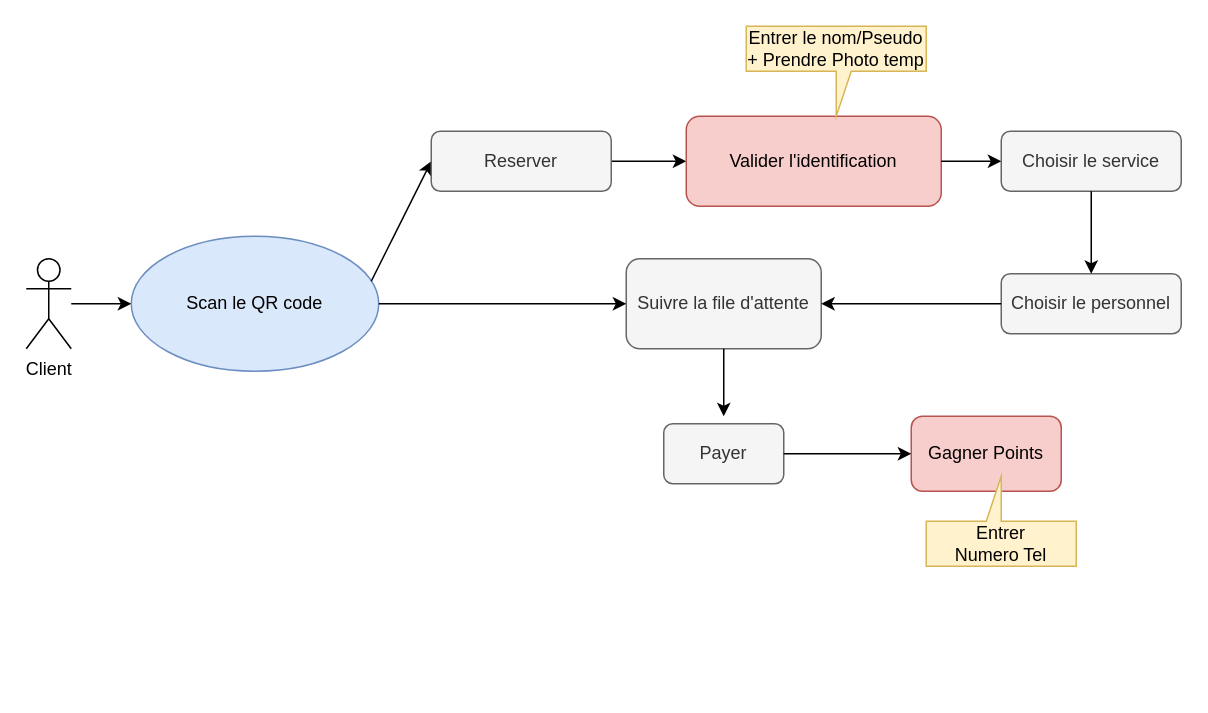
Before: SalonQueue.drawio in IsmailZi/restoAppPublic, a draw.io diagram. Source tidied: cells renumbered, new cells numbered last; positions are measured from the earlier drawing's top-left corner, leaving out a move shared by most shapes. Both pictures are drawn from the tidied source at 150%, with x=0, y=0 at pixel (26, 26).
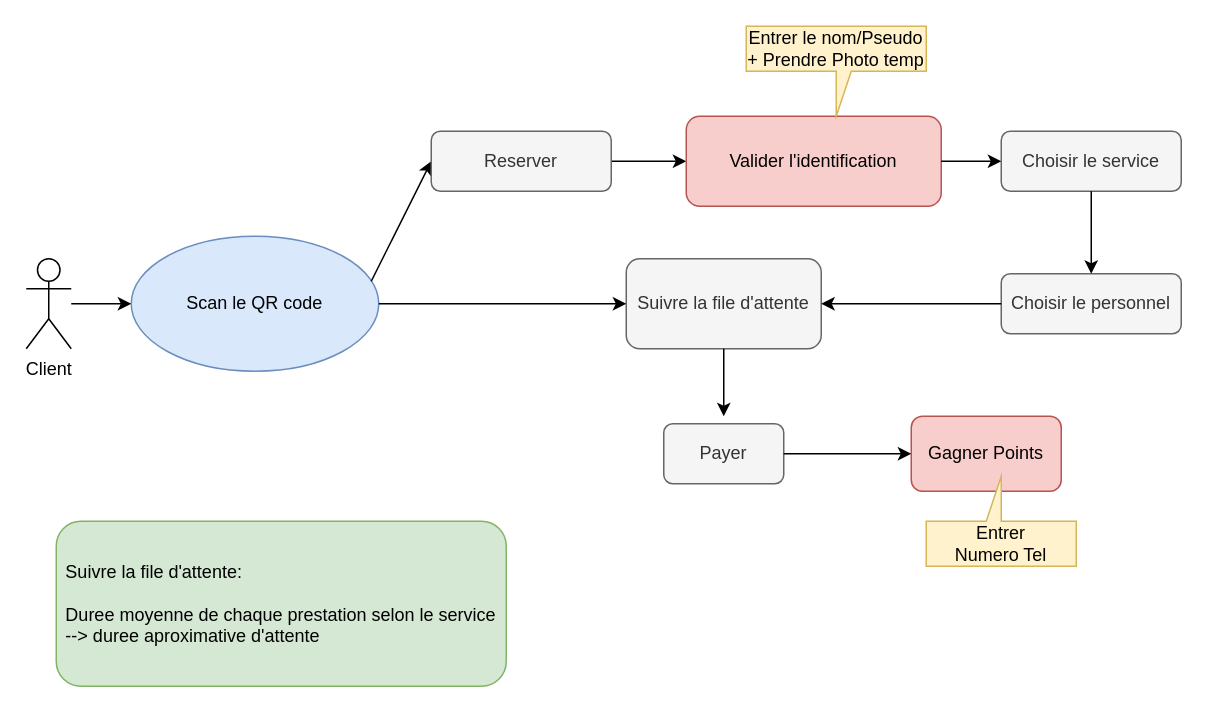
After the change.

Commit message:
Mettre à jour SalonQueue.drawio

Diff of the diagram source:
```diff
@@
+    <mxCell id="22" value="&lt;div style=&quot;text-align: left;&quot;&gt;&lt;span style=&quot;background-color: initial;&quot;&gt;Suivre la file d'attente:&lt;/span&gt;&lt;/div&gt;&lt;div style=&quot;text-align: left;&quot;&gt;&lt;span style=&quot;background-color: initial;&quot;&gt;&lt;br&gt;&lt;/span&gt;&lt;/div&gt;&lt;div style=&quot;text-align: left;&quot;&gt;&lt;span style=&quot;background-color: initial;&quot;&gt;Duree moyenne de chaque prestation selon le service&lt;/span&gt;&lt;/div&gt;&lt;div style=&quot;text-align: left;&quot;&gt;&lt;span style=&quot;background-color: initial;&quot;&gt;--&amp;gt; duree aproximative d'attente&lt;/span&gt;&lt;/div&gt;" style="rounded=1;whiteSpace=wrap;html=1;fillColor=#d5e8d4;strokeColor=#82b366;" parent="1" vertex="1">
+      <mxGeometry x="20" y="330" width="300" height="110" as="geometry" />
+    </mxCell>
```
